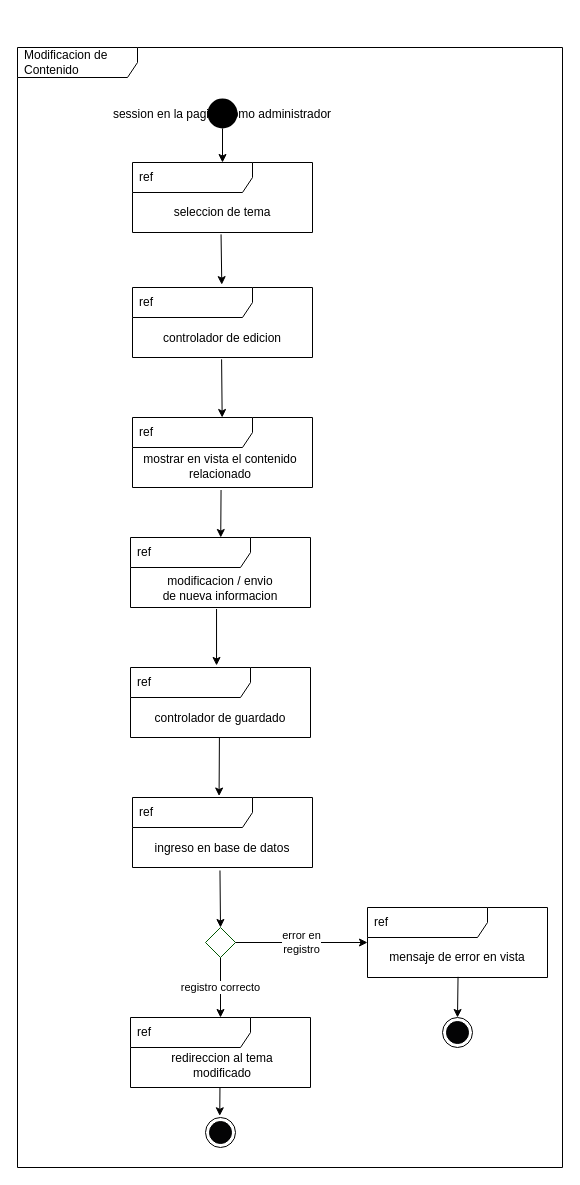
This is DOCUMENTACION/interaccionesModificarContenido.drawio from cresb-49/PRACTICA-1-TEO1, a draw.io file, before an edit. Source tidied: cells renumbered, new cells numbered last; positions are measured from the earlier drawing's top-left corner, leaving out a move shared by most shapes. Both pictures are drawn from the tidied source at 100%, with x=0, y=0 at pixel (17, 47).
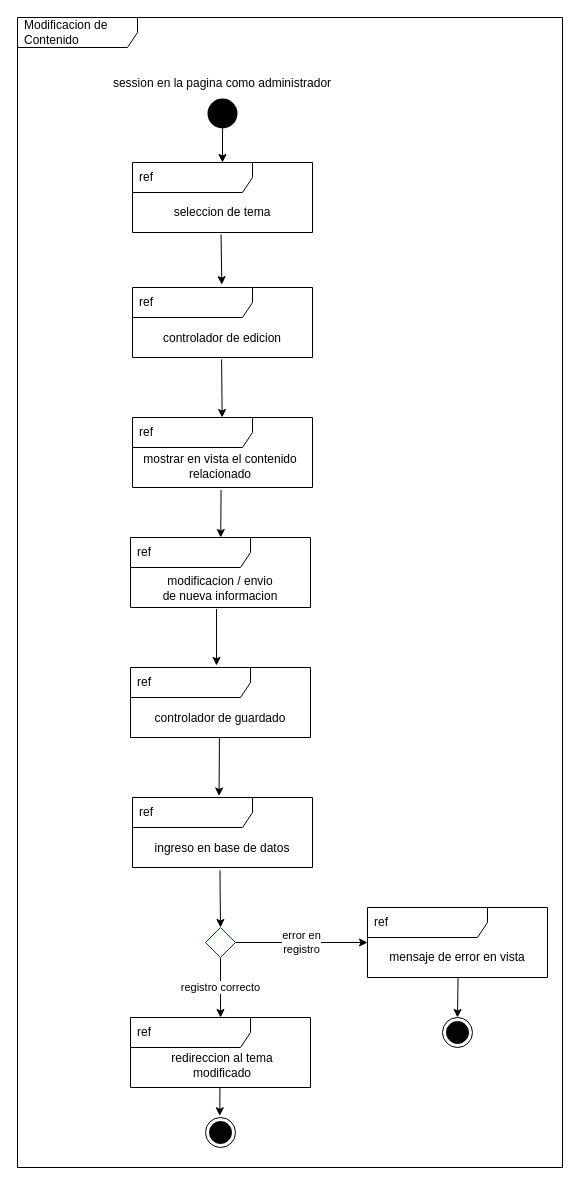
The same page after the edit.

Diff of the diagram source:
```diff
@@
     <mxCell id="2" value="Modificacion de Contenido" style="shape=umlFrame;whiteSpace=wrap;html=1;width=120;height=30;boundedLbl=1;verticalAlign=middle;align=left;spacingLeft=5;fillColor=default;" parent="1" vertex="1">
-      <mxGeometry width="545" height="1120" as="geometry" />
+      <mxGeometry y="-30" width="545" height="1150" as="geometry" />
     </mxCell>
@@
-    <mxCell id="4" value="session en la pagina como administrador" style="ellipse;strokeColor=none;fillColor=#000000;" parent="1" vertex="1">
+    <mxCell id="4" style="ellipse;strokeColor=none;fillColor=#000000;" parent="1" vertex="1">
       <mxGeometry x="190" y="51" width="30" height="30" as="geometry" />
     </mxCell>
@@
+    <mxCell id="34" value="&lt;span style=&quot;color: rgb(0, 0, 0);&quot;&gt;session en la pagina como administrador&lt;/span&gt;" style="text;html=1;strokeColor=none;fillColor=none;align=center;verticalAlign=middle;whiteSpace=wrap;rounded=0;fontColor=#FFFFFF;" parent="1" vertex="1">
+      <mxGeometry x="90" y="21" width="230" height="30" as="geometry" />
+    </mxCell>
```
